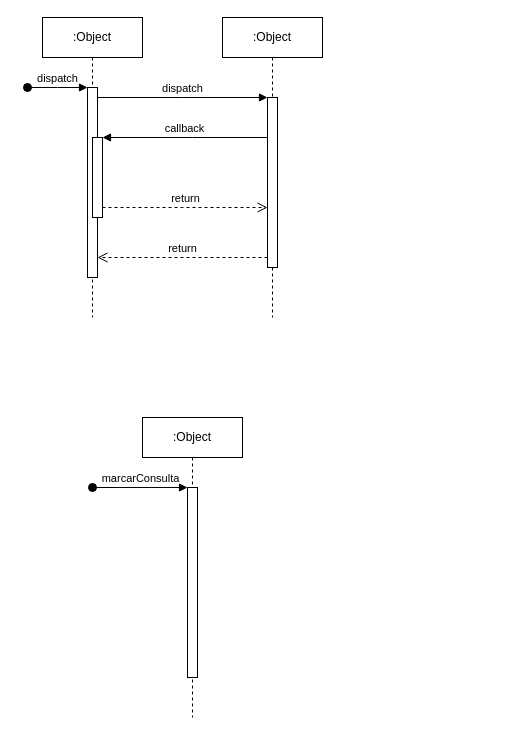
eduardovaladao/Projeto-Integrador keeps this draw.io diagram as docs/Diagrama de Sequência.drawio. Above is the earlier version. Source tidied: cells renumbered, new cells numbered last; positions are measured from the earlier drawing's top-left corner, leaving out a move shared by most shapes. Both pictures are drawn from the tidied source at 100%, with x=0, y=0 at pixel (27, 17).
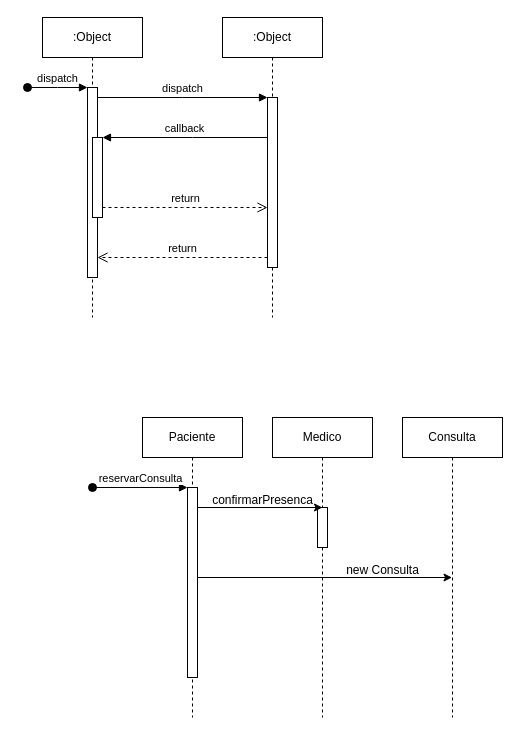
After the change.

Unchanged cells that the change refers to:
```xml
<mxCell id="13" style="html=1;points=[];perimeter=orthogonalPerimeter;outlineConnect=0;targetShapes=umlLifeline;portConstraint=eastwest;newEdgeStyle={&quot;edgeStyle&quot;:&quot;elbowEdgeStyle&quot;,&quot;elbow&quot;:&quot;vertical&quot;,&quot;curved&quot;:0,&quot;rounded&quot;:0};" parent="12" vertex="1">
  <mxGeometry x="45" y="70" width="10" height="190" as="geometry" />
</mxCell>
```

What changed in the source:
```diff
@@
-    <mxCell id="12" value=":Object" style="shape=umlLifeline;perimeter=lifelinePerimeter;whiteSpace=wrap;html=1;newEdgeStyle={&quot;edgeStyle&quot;:&quot;elbowEdgeStyle&quot;,&quot;elbow&quot;:&quot;vertical&quot;,&quot;curved&quot;:0,&quot;rounded&quot;:0};" parent="1" vertex="1">
+    <mxCell id="12" value="Paciente" style="shape=umlLifeline;perimeter=lifelinePerimeter;whiteSpace=wrap;html=1;newEdgeStyle={&quot;edgeStyle&quot;:&quot;elbowEdgeStyle&quot;,&quot;elbow&quot;:&quot;vertical&quot;,&quot;curved&quot;:0,&quot;rounded&quot;:0};" parent="1" vertex="1">
       <mxGeometry x="115" y="400" width="100" height="300" as="geometry" />
     </mxCell>
@@
-    <mxCell id="14" value="marcarConsulta" style="html=1;verticalAlign=bottom;startArrow=oval;endArrow=block;startSize=8;edgeStyle=elbowEdgeStyle;elbow=vertical;curved=0;rounded=0;" parent="12" edge="1" target="13">
+    <mxCell id="14" value="reservarConsulta" style="html=1;verticalAlign=bottom;startArrow=oval;endArrow=block;startSize=8;edgeStyle=elbowEdgeStyle;elbow=vertical;curved=0;rounded=0;" parent="12" edge="1" target="13">
       <mxGeometry relative="1" as="geometry">
         <mxPoint x="-50" y="70" as="sourcePoint" />
       </mxGeometry>
     </mxCell>
+    <mxCell id="15" value="Medico" style="shape=umlLifeline;perimeter=lifelinePerimeter;whiteSpace=wrap;html=1;newEdgeStyle={&quot;edgeStyle&quot;:&quot;elbowEdgeStyle&quot;,&quot;elbow&quot;:&quot;vertical&quot;,&quot;curved&quot;:0,&quot;rounded&quot;:0};" parent="1" vertex="1">
+      <mxGeometry x="245" y="400" width="100" height="300" as="geometry" />
+    </mxCell>
+    <mxCell id="16" style="html=1;perimeter=orthogonalPerimeter;targetShapes=umlLifeline;newEdgeStyle={&quot;edgeStyle&quot;:&quot;elbowEdgeStyle&quot;,&quot;elbow&quot;:&quot;vertical&quot;,&quot;curved&quot;:0,&quot;rounded&quot;:0};" parent="15" vertex="1">
+      <mxGeometry x="45" y="90" width="10" height="40" as="geometry" />
+    </mxCell>
+    <mxCell id="17" style="endArrow=classic;html=1;rounded=0;" parent="1" edge="1">
+      <mxGeometry relative="1" as="geometry">
+        <mxPoint x="170" y="490" as="sourcePoint" />
+        <mxPoint x="295" y="490" as="targetPoint" />
+      </mxGeometry>
+    </mxCell>
+    <mxCell id="18" value="confirmarPresenca" style="text;html=1;align=center;verticalAlign=middle;strokeColor=none;fillColor=none;" parent="1" vertex="1">
+      <mxGeometry x="175" y="468" width="120" height="30" as="geometry" />
+    </mxCell>
+    <mxCell id="19" value="Consulta" style="shape=umlLifeline;perimeter=lifelinePerimeter;whiteSpace=wrap;html=1;outlineConnect=0;portConstraint=eastwest;newEdgeStyle={&quot;edgeStyle&quot;:&quot;elbowEdgeStyle&quot;,&quot;elbow&quot;:&quot;vertical&quot;,&quot;curved&quot;:0,&quot;rounded&quot;:0};" parent="1" vertex="1">
+      <mxGeometry x="375" y="400" width="100" height="300" as="geometry" />
+    </mxCell>
+    <mxCell id="20" style="endArrow=classic;html=1;rounded=0;" parent="1" edge="1" target="19">
+      <mxGeometry relative="1" as="geometry">
+        <mxPoint x="170" y="560" as="sourcePoint" />
+      </mxGeometry>
+    </mxCell>
+    <mxCell id="21" value="new Consulta" style="text;html=1;align=center;verticalAlign=middle;strokeColor=none;fillColor=none;" parent="1" vertex="1">
+      <mxGeometry x="305" y="538" width="100" height="30" as="geometry" />
+    </mxCell>
```
